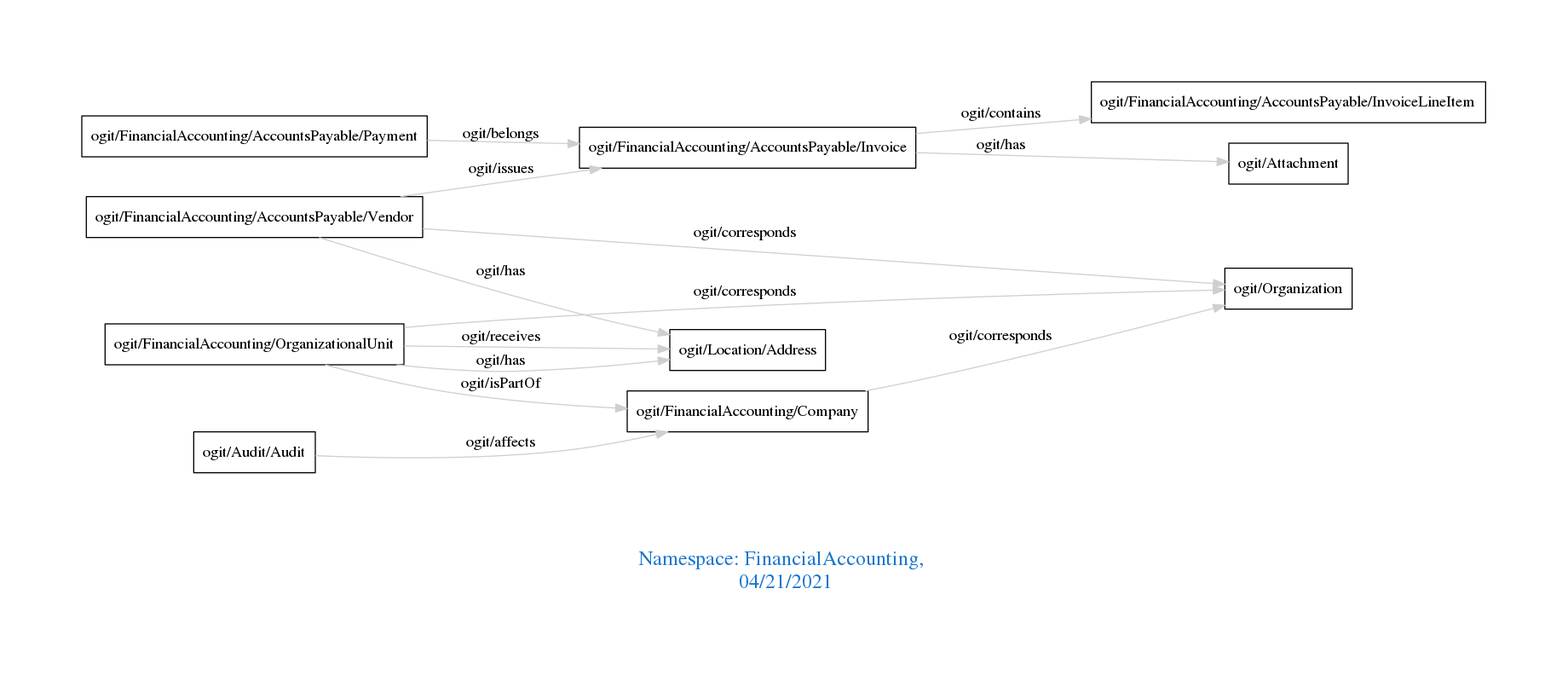
Above: downloads/FinancialAccounting.png in arago/OGIT (Graphviz), before the change. Its source is kept beside it as downloads/FinancialAccounting.dot.
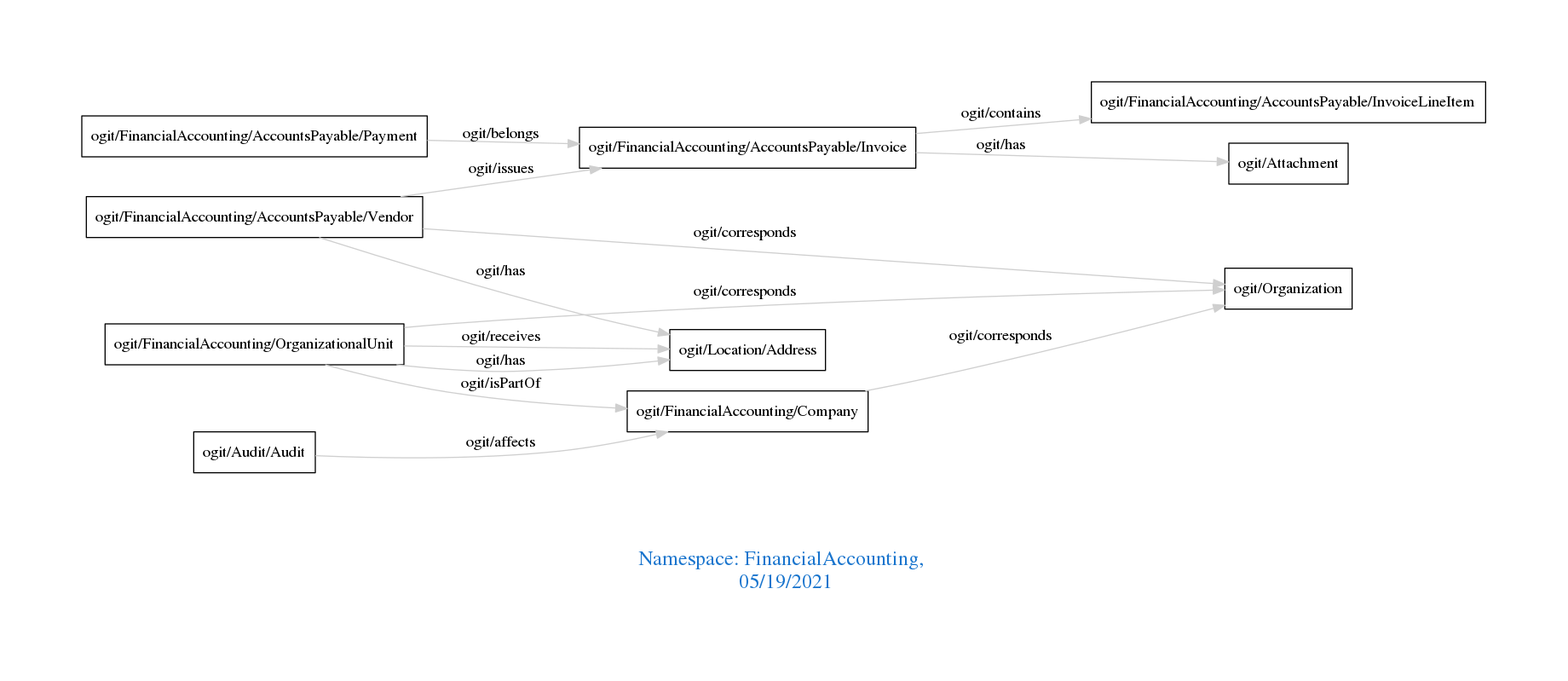
The same diagram one commit later.

What changed in the source:
```diff
@@ -1,7 +1,7 @@
 digraph OGIT_ontology {
  graph [ rankdir= LR,pad=1
 fontsize = 18,
-fontcolor= dodgerblue3,label = "\n\n\nNamespace: FinancialAccounting, \n 04/21/2021"];
+fontcolor= dodgerblue3,label = "\n\n\nNamespace: FinancialAccounting, \n 05/19/2021"];
 node[shape=polygon];
 edge [  color="gray81"];
 
```
